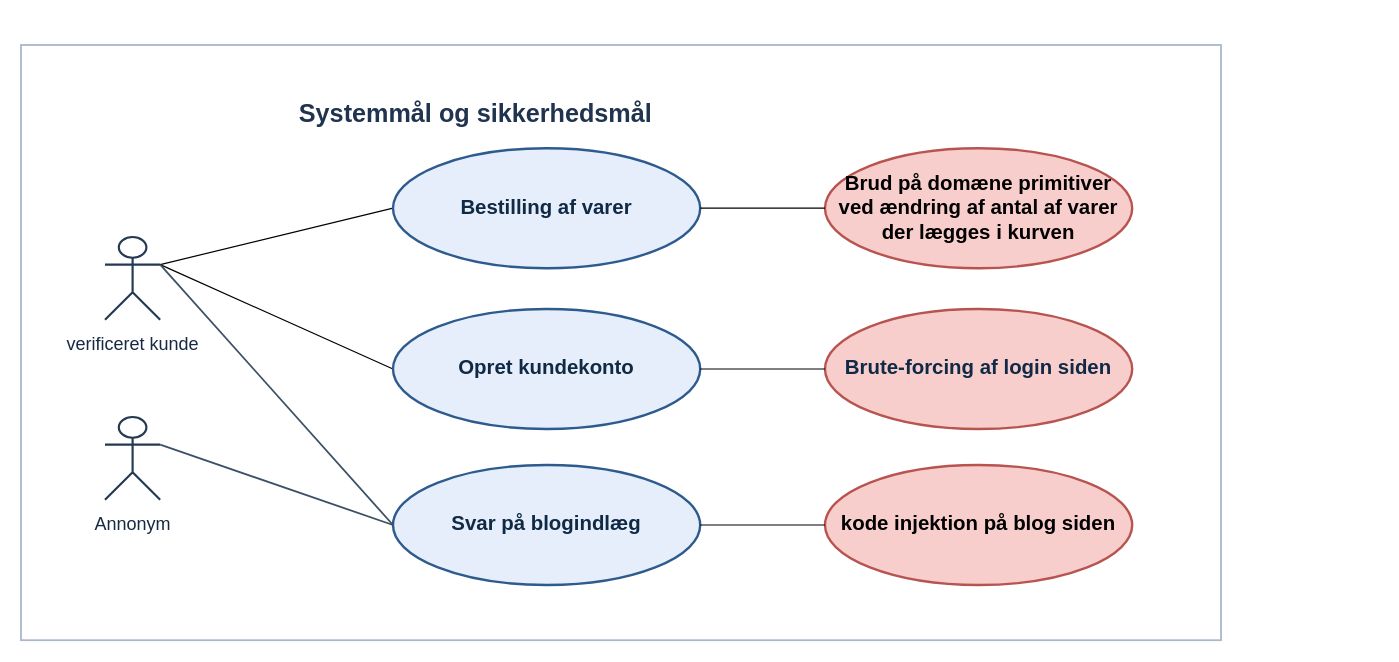
Earlier version of the draw.io diagram dokumenter/Drawio/Systemmål og sikkerhedsmål .drawio (MagnusMadsen/Software_sikkerhed_eksamen). Source tidied: cells renumbered, new cells numbered last; positions are measured from the earlier drawing's top-left corner, leaving out a move shared by most shapes. Both pictures are drawn from the tidied source at 120%, with x=0, y=0 at pixel (20, 44).
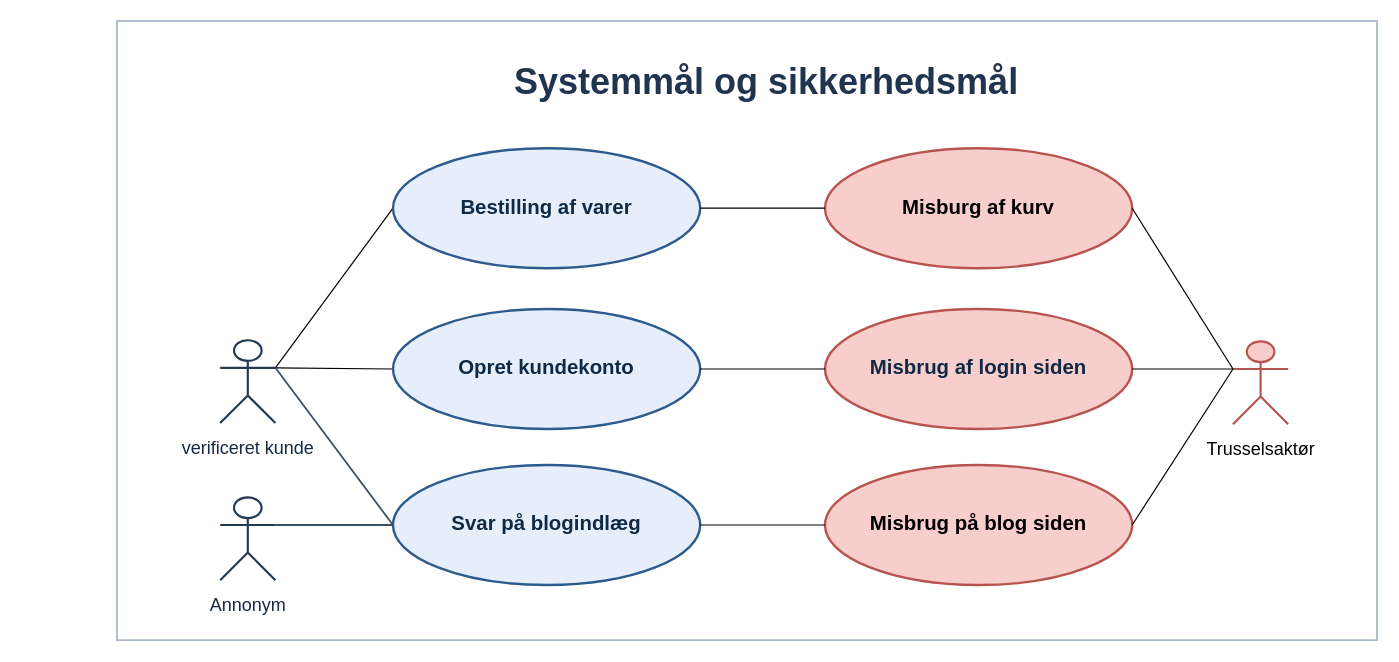
After the change.

What changed in the source:
```diff
@@
     <mxCell id="2" style="rounded=0;html=1;fillColor=#FFFFFF;strokeColor=#AAB8CA;strokeWidth=1.5;" parent="1" vertex="1">
-      <mxGeometry width="1000" height="496" as="geometry" />
+      <mxGeometry x="80" y="-20" width="1050" height="516" as="geometry" />
     </mxCell>
-    <mxCell id="3" value="Systemmål og sikkerhedsmål&amp;nbsp;" style="text;html=1;strokeColor=none;fillColor=none;align=left;verticalAlign=middle;fontSize=21;fontStyle=1;fontColor=#20344F;" parent="1" vertex="1">
-      <mxGeometry x="230" y="40" width="450" height="34" as="geometry" />
+    <mxCell id="3" value="Systemmål og sikkerhedsmål&amp;nbsp;" style="text;html=1;strokeColor=none;fillColor=none;align=center;verticalAlign=middle;fontSize=30;fontStyle=1;fontColor=#20344F;" parent="1" vertex="1">
+      <mxGeometry x="400" width="450" height="60" as="geometry" />
     </mxCell>
@@
     <mxCell id="6" value="verificeret kunde" style="shape=umlActor;html=1;verticalLabelPosition=bottom;verticalAlign=top;spacingTop=5;strokeColor=#243952;strokeWidth=1.8;fontColor=#162A44;fontSize=15;" parent="1" vertex="1">
-      <mxGeometry x="70" y="160" width="46" height="69" as="geometry" />
+      <mxGeometry x="166" y="246" width="46" height="69" as="geometry" />
     </mxCell>
     <mxCell id="7" value="Annonym" style="shape=umlActor;html=1;verticalLabelPosition=bottom;verticalAlign=top;spacingTop=5;strokeColor=#243952;strokeWidth=1.8;fontColor=#162A44;fontSize=15;" parent="1" vertex="1">
-      <mxGeometry x="70" y="310" width="46" height="69" as="geometry" />
+      <mxGeometry x="166" y="377" width="46" height="69" as="geometry" />
     </mxCell>
@@
-    <mxCell id="13" value="kode injektion på blog siden" style="ellipse;whiteSpace=wrap;html=1;fillColor=#f8cecc;strokeColor=#b85450;strokeWidth=2;fontStyle=1;fontSize=17;" parent="1" vertex="1">
+    <mxCell id="13" value="Misbrug på blog siden" style="ellipse;whiteSpace=wrap;html=1;fillColor=#f8cecc;strokeColor=#b85450;strokeWidth=2;fontStyle=1;fontSize=17;" parent="1" vertex="1">
       <mxGeometry x="670" y="350" width="256" height="100" as="geometry" />
     </mxCell>
-    <mxCell id="14" value="Brud på domæne primitiver ved ændring af antal af varer der lægges i kurven" style="ellipse;whiteSpace=wrap;html=1;fillColor=#f8cecc;strokeColor=#b85450;strokeWidth=2;fontStyle=1;fontSize=17;" parent="1" vertex="1">
+    <mxCell id="14" value="Misburg af kurv" style="ellipse;whiteSpace=wrap;html=1;fillColor=#f8cecc;strokeColor=#b85450;strokeWidth=2;fontStyle=1;fontSize=17;" parent="1" vertex="1">
       <mxGeometry x="670" y="86" width="256" height="100" as="geometry" />
     </mxCell>
-    <mxCell id="15" value="&lt;font color=&quot;#102a45&quot;&gt;Brute-forcing af login siden&lt;/font&gt;" style="ellipse;whiteSpace=wrap;html=1;fillColor=#f8cecc;strokeColor=#b85450;strokeWidth=2;fontStyle=1;fontSize=17;" parent="1" vertex="1">
+    <mxCell id="15" value="&lt;font color=&quot;#102a45&quot;&gt;Misbrug af login siden&lt;/font&gt;" style="ellipse;whiteSpace=wrap;html=1;fillColor=#f8cecc;strokeColor=#b85450;strokeWidth=2;fontStyle=1;fontSize=17;" parent="1" vertex="1">
       <mxGeometry x="670" y="220" width="256" height="100" as="geometry" />
     </mxCell>
@@
+    <mxCell id="19" value="Trusselsaktør" style="shape=umlActor;html=1;verticalLabelPosition=bottom;verticalAlign=top;spacingTop=5;strokeColor=#b85450;strokeWidth=1.8;fontSize=15;fillColor=#f8cecc;" parent="1" vertex="1">
+      <mxGeometry x="1010" y="247" width="46" height="69" as="geometry" />
+    </mxCell>
+    <mxCell id="20" style="edgeStyle=none;html=1;exitX=1;exitY=0.5;exitDx=0;exitDy=0;entryX=0;entryY=0.3333333333333333;entryDx=0;entryDy=0;entryPerimeter=0;endArrow=none;endFill=0;" parent="1" edge="1" source="15" target="19">
+      <mxGeometry relative="1" as="geometry" />
+    </mxCell>
+    <mxCell id="21" style="edgeStyle=none;html=1;exitX=1;exitY=0.5;exitDx=0;exitDy=0;entryX=0;entryY=0.3333333333333333;entryDx=0;entryDy=0;entryPerimeter=0;endArrow=none;endFill=0;" parent="1" edge="1" source="14" target="19">
+      <mxGeometry relative="1" as="geometry" />
+    </mxCell>
+    <mxCell id="22" style="edgeStyle=none;html=1;exitX=1;exitY=0.5;exitDx=0;exitDy=0;entryX=0;entryY=0.3333333333333333;entryDx=0;entryDy=0;entryPerimeter=0;endArrow=none;endFill=0;" parent="1" edge="1" source="13" target="19">
+      <mxGeometry relative="1" as="geometry" />
+    </mxCell>
```
